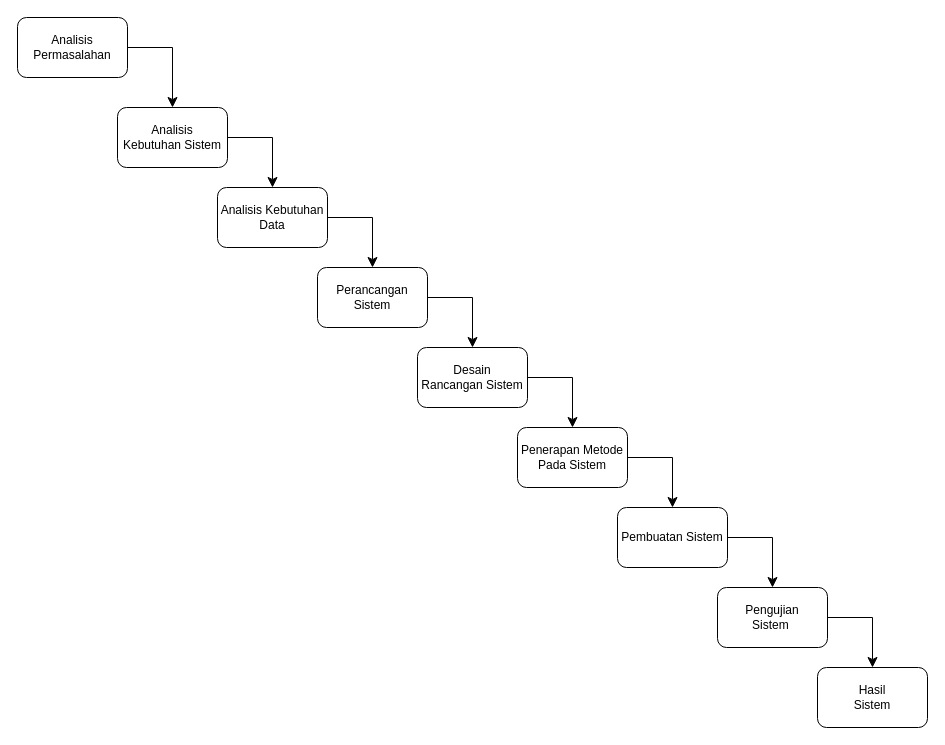
The draw.io diagram Waterfall.drawio in abdraiin/Sistem-Rekomendasi-Konten, before the edit. Source tidied: cells renumbered, new cells numbered last; positions are measured from the earlier drawing's top-left corner, leaving out a move shared by most shapes. Both pictures are drawn from the tidied source at 100%, with x=0, y=0 at pixel (17, 17).
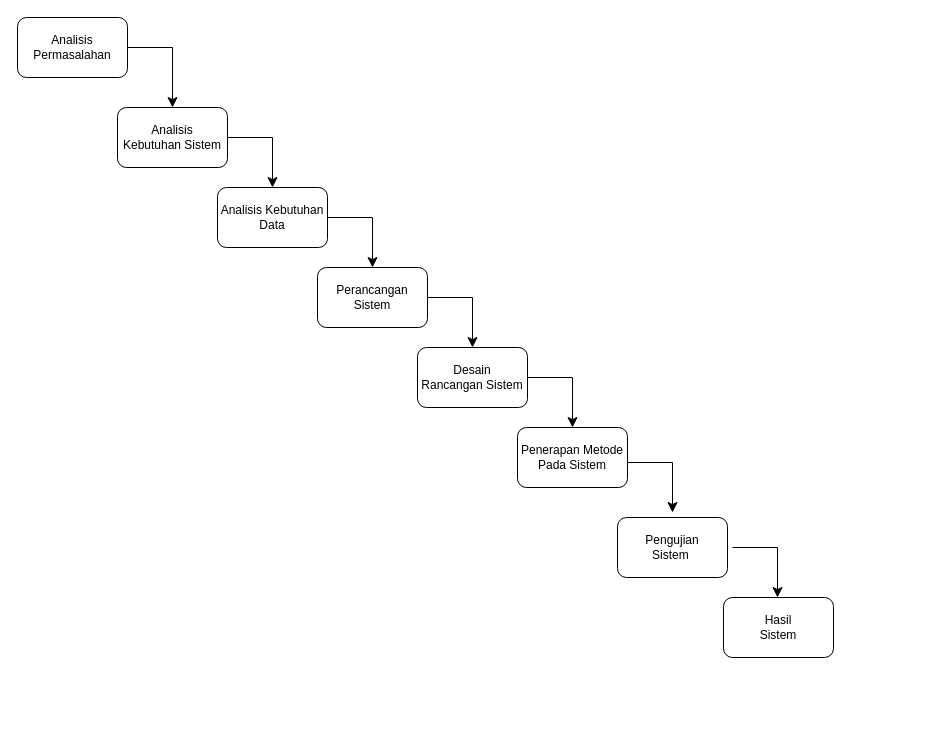
The same diagram, later.

What changed in the source:
```diff
@@
-    <mxCell id="14" value="Pembuatan Sistem" style="rounded=1;whiteSpace=wrap;html=1;" parent="1" vertex="1">
-      <mxGeometry x="600" y="490" width="110" height="60" as="geometry" />
-    </mxCell>
-    <mxCell id="15" style="endArrow=classic;html=1;rounded=0;fontSize=12;startSize=8;endSize=8;exitX=1;exitY=0.5;exitDx=0;exitDy=0;entryX=0.5;entryY=0;entryDx=0;entryDy=0;" parent="1" edge="1" target="14">
-      <mxGeometry relative="1" as="geometry">
-        <mxPoint x="610" y="440" as="sourcePoint" />
-        <Array as="points">
-          <mxPoint x="655" y="440" />
-        </Array>
-      </mxGeometry>
-    </mxCell>
     <mxCell id="16" value="Pengujian&lt;div&gt;Sistem&amp;nbsp;&lt;/div&gt;" style="rounded=1;whiteSpace=wrap;html=1;" parent="1" vertex="1">
-      <mxGeometry x="700" y="570" width="110" height="60" as="geometry" />
+      <mxGeometry x="600" y="500" width="110" height="60" as="geometry" />
     </mxCell>
-    <mxCell id="17" style="endArrow=classic;html=1;rounded=0;fontSize=12;startSize=8;endSize=8;exitX=1;exitY=0.5;exitDx=0;exitDy=0;entryX=0.5;entryY=0;entryDx=0;entryDy=0;" parent="1" edge="1" target="16">
+    <mxCell id="17" style="endArrow=classic;html=1;rounded=0;fontSize=12;startSize=8;endSize=8;exitX=1;exitY=0.5;exitDx=0;exitDy=0;entryX=0.5;entryY=0;entryDx=0;entryDy=0;" parent="1" edge="1">
       <mxGeometry relative="1" as="geometry">
-        <mxPoint x="710" y="520" as="sourcePoint" />
+        <mxPoint x="610" y="445" as="sourcePoint" />
+        <mxPoint x="655" y="495" as="targetPoint" />
         <Array as="points">
-          <mxPoint x="755" y="520" />
+          <mxPoint x="655" y="445" />
         </Array>
       </mxGeometry>
     </mxCell>
     <mxCell id="18" value="Hasil&lt;div&gt;Sistem&lt;/div&gt;" style="rounded=1;whiteSpace=wrap;html=1;" parent="1" vertex="1">
-      <mxGeometry x="800" y="650" width="110" height="60" as="geometry" />
+      <mxGeometry x="706" y="580" width="110" height="60" as="geometry" />
     </mxCell>
-    <mxCell id="19" style="endArrow=classic;html=1;rounded=0;fontSize=12;startSize=8;endSize=8;exitX=1;exitY=0.5;exitDx=0;exitDy=0;entryX=0.5;entryY=0;entryDx=0;entryDy=0;" parent="1" edge="1" target="18">
+    <mxCell id="19" style="endArrow=classic;html=1;rounded=0;fontSize=12;startSize=8;endSize=8;exitX=1;exitY=0.5;exitDx=0;exitDy=0;entryX=0.5;entryY=0;entryDx=0;entryDy=0;" parent="1" edge="1">
       <mxGeometry relative="1" as="geometry">
-        <mxPoint x="810" y="600" as="sourcePoint" />
+        <mxPoint x="715" y="530" as="sourcePoint" />
+        <mxPoint x="760" y="580" as="targetPoint" />
         <Array as="points">
-          <mxPoint x="855" y="600" />
+          <mxPoint x="760" y="530" />
         </Array>
       </mxGeometry>
     </mxCell>
```
